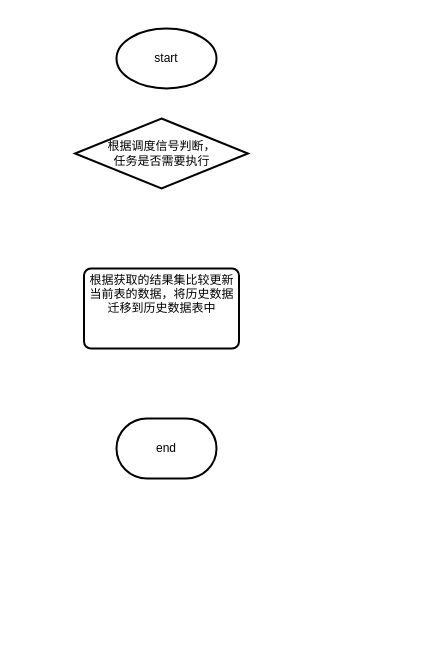
Above: 其他投资财务数据表同步.drawio in gebifeixiang/investment (draw.io), before the change. Source tidied: cells renumbered, new cells numbered last; positions are measured from the earlier drawing's top-left corner, leaving out a move shared by most shapes. Both pictures are drawn from the tidied source at 100%, with x=0, y=0 at pixel (74, 28).
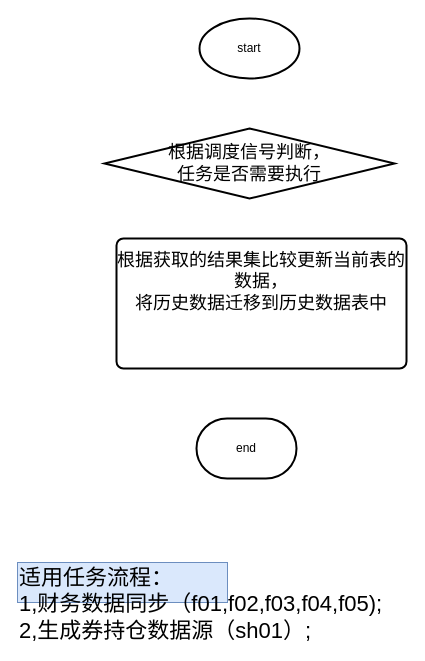
The same diagram, later.

Commit message (it also covers changes not shown here):
Update 其他投资财务数据表同步.drawio

Change to the diagram source:
```diff
@@
 <mxGraphModel>
   <root>
     <mxCell id="0" />
     <mxCell id="1" parent="0" />
     <mxCell id="2" value="start" style="strokeWidth=2;html=1;shape=mxgraph.flowchart.start_1;whiteSpace=wrap;" parent="1" vertex="1">
-      <mxGeometry x="42" width="100" height="60" as="geometry" />
+      <mxGeometry x="125" y="-10" width="100" height="60" as="geometry" />
     </mxCell>
-    <mxCell id="3" value="根据调度信号判断，&lt;br&gt;任务是否需要执行&lt;br&gt;" style="strokeWidth=2;html=1;shape=mxgraph.flowchart.decision;whiteSpace=wrap;" parent="1" vertex="1">
-      <mxGeometry x="0.5" y="90" width="173" height="70" as="geometry" />
+    <mxCell id="3" value="&lt;font style=&quot;font-size: 18px&quot;&gt;根据调度信号判断，&lt;br&gt;任务是否需要执行&lt;/font&gt;&lt;br&gt;" style="strokeWidth=2;html=1;shape=mxgraph.flowchart.decision;whiteSpace=wrap;" parent="1" vertex="1">
+      <mxGeometry x="30" y="100" width="290" height="70" as="geometry" />
     </mxCell>
     <mxCell id="4" value="end" style="strokeWidth=2;html=1;shape=mxgraph.flowchart.terminator;whiteSpace=wrap;" parent="1" vertex="1">
-      <mxGeometry x="42" y="390" width="100" height="60" as="geometry" />
+      <mxGeometry x="122" y="390" width="100" height="60" as="geometry" />
     </mxCell>
-    <mxCell id="5" value="根据获取的结果集比较更新当前表的数据，将历史数据迁移到历史数据表中&lt;br&gt;&lt;br&gt;&lt;br&gt;" style="rounded=1;whiteSpace=wrap;html=1;absoluteArcSize=1;arcSize=14;strokeWidth=2;" parent="1" vertex="1">
-      <mxGeometry x="9.5" y="240" width="155" height="80" as="geometry" />
+    <mxCell id="5" value="根据获取的结果集比较更新当前表的数据，&lt;br&gt;将历史数据迁移到历史数据表中&lt;br style=&quot;font-size: 18px&quot;&gt;&lt;br style=&quot;font-size: 18px&quot;&gt;&lt;br style=&quot;font-size: 18px&quot;&gt;" style="rounded=1;whiteSpace=wrap;html=1;absoluteArcSize=1;arcSize=14;strokeWidth=2;fontSize=18;" parent="1" vertex="1">
+      <mxGeometry x="42" y="210" width="290" height="130" as="geometry" />
     </mxCell>
+    <mxCell id="6" value="适用任务流程：&lt;br style=&quot;font-size: 22px;&quot;&gt;1,财务数据同步（f01,f02,f03,f04,f05);&lt;br style=&quot;font-size: 22px;&quot;&gt;2,生成券持仓数据源（sh01）;&lt;br style=&quot;font-size: 22px;&quot;&gt;" style="text;html=1;align=left;verticalAlign=top;spacingTop=-4;fillColor=#dae8fc;strokeColor=#6c8ebf;fontSize=22;" parent="1" vertex="1">
+      <mxGeometry x="-57" y="534" width="210" height="40" as="geometry" />
+    </mxCell>
   </root>
 </mxGraphModel>
```
